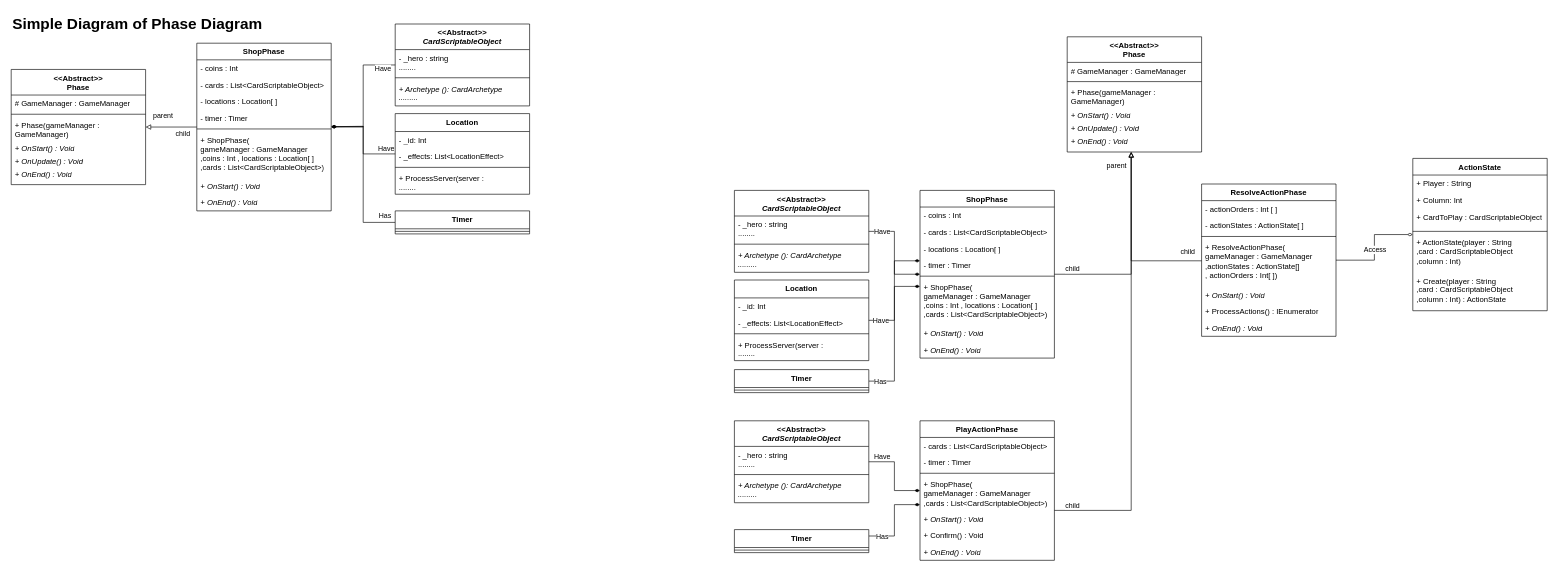
Before: page "Phase" (3 of 4) of GameUMLDiagram.drawio in JuenWeiHashcode/GameDocumentation, a draw.io diagram. Source tidied: cells renumbered, new cells numbered last; positions are measured from the earlier drawing's top-left corner, leaving out a move shared by most shapes. Both pictures are drawn from the tidied source at 64%, with x=0, y=0 at pixel (11, 11).
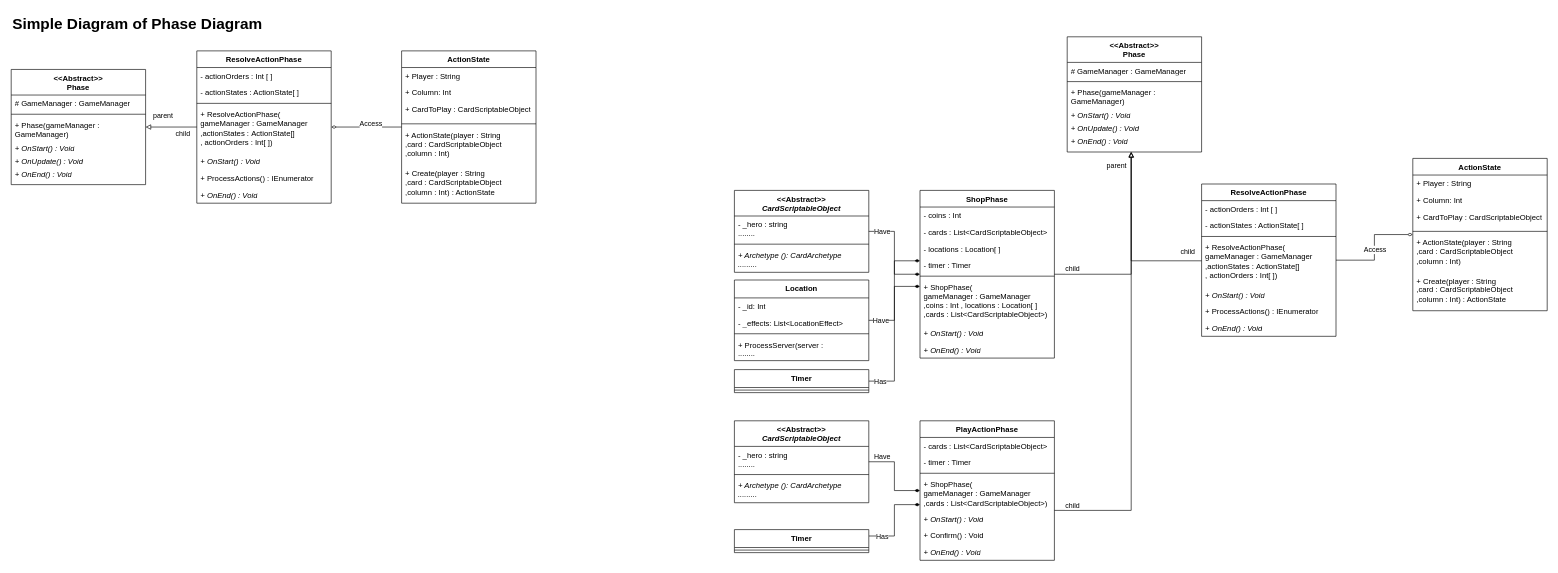
After the change.

Unchanged cells that the change refers to:
```xml
<mxCell id="77" value="&lt;div&gt;&amp;lt;&amp;lt;Abstract&amp;gt;&amp;gt;&lt;/div&gt;Phase" style="swimlane;fontStyle=1;align=center;verticalAlign=top;horizontal=1;startSize=40;whiteSpace=wrap;html=1;" parent="1" vertex="1">
  <mxGeometry y="91" width="210" height="180" as="geometry" />
</mxCell>
```

The edit, as a diff of the source:
```diff
@@
-    <mxCell id="84" value="ShopPhase" style="swimlane;fontStyle=1;align=center;verticalAlign=top;horizontal=1;startSize=26;whiteSpace=wrap;html=1;" parent="1" vertex="1">
-      <mxGeometry x="290" y="50" width="210" height="262" as="geometry" />
-    </mxCell>
-    <mxCell id="85" value="- coins : Int" style="text;strokeColor=none;fillColor=none;align=left;verticalAlign=top;spacingLeft=4;spacingRight=4;overflow=hidden;whiteSpace=wrap;html=1;" parent="84" vertex="1">
-      <mxGeometry y="26" width="210" height="26" as="geometry" />
-    </mxCell>
-    <mxCell id="86" value="- cards : List&amp;lt;CardScriptableObject&amp;gt;" style="text;strokeColor=none;fillColor=none;align=left;verticalAlign=top;spacingLeft=4;spacingRight=4;overflow=hidden;whiteSpace=wrap;html=1;" parent="84" vertex="1">
-      <mxGeometry y="52" width="210" height="26" as="geometry" />
-    </mxCell>
-    <mxCell id="87" value="- locations : Location[ ]" style="text;strokeColor=none;fillColor=none;align=left;verticalAlign=top;spacingLeft=4;spacingRight=4;overflow=hidden;whiteSpace=wrap;html=1;" parent="84" vertex="1">
-      <mxGeometry y="78" width="210" height="26" as="geometry" />
-    </mxCell>
-    <mxCell id="88" value="- timer : Timer" style="text;strokeColor=none;fillColor=none;align=left;verticalAlign=top;spacingLeft=4;spacingRight=4;overflow=hidden;whiteSpace=wrap;html=1;" parent="84" vertex="1">
-      <mxGeometry y="104" width="210" height="26" as="geometry" />
-    </mxCell>
-    <mxCell id="89" style="line;strokeWidth=1;fillColor=none;align=left;verticalAlign=middle;spacingTop=-1;spacingLeft=3;spacingRight=3;labelPosition=right;strokeColor=inherit;" parent="84" vertex="1">
-      <mxGeometry y="130" width="210" height="8" as="geometry" />
-    </mxCell>
-    <mxCell id="90" value="+ ShopPhase(&lt;div&gt;gameManager :&amp;nbsp;&lt;span style=&quot;background-color: initial;&quot;&gt;GameManager&lt;/span&gt;&lt;span style=&quot;background-color: initial;&quot;&gt;&amp;nbsp;&lt;/span&gt;&lt;/div&gt;&lt;div&gt;&lt;span style=&quot;background-color: initial;&quot;&gt;,coins : Int , locations :&amp;nbsp;&lt;/span&gt;&lt;span style=&quot;background-color: initial;&quot;&gt;Location[ ]&lt;/span&gt;&lt;span style=&quot;background-color: initial;&quot;&gt;&amp;nbsp;&lt;/span&gt;&lt;/div&gt;&lt;div&gt;&lt;span style=&quot;background-color: initial;&quot;&gt;,cards :&amp;nbsp;&lt;/span&gt;&lt;span style=&quot;background-color: initial;&quot;&gt;List&amp;lt;CardScriptableObject&amp;gt;)&lt;/span&gt;&lt;/div&gt;" style="text;strokeColor=none;fillColor=none;align=left;verticalAlign=top;spacingLeft=4;spacingRight=4;overflow=hidden;whiteSpace=wrap;html=1;" parent="84" vertex="1">
-      <mxGeometry y="138" width="210" height="72" as="geometry" />
-    </mxCell>
-    <mxCell id="91" value="+ OnStart() : Void" style="text;strokeColor=none;fillColor=none;align=left;verticalAlign=top;spacingLeft=4;spacingRight=4;overflow=hidden;whiteSpace=wrap;html=1;fontStyle=2;" parent="84" vertex="1">
-      <mxGeometry y="210" width="210" height="26" as="geometry" />
-    </mxCell>
-    <mxCell id="92" value="+ OnEnd() : Void" style="text;strokeColor=none;fillColor=none;align=left;verticalAlign=top;spacingLeft=4;spacingRight=4;overflow=hidden;whiteSpace=wrap;html=1;fontStyle=2;" parent="84" vertex="1">
-      <mxGeometry y="236" width="210" height="26" as="geometry" />
-    </mxCell>
-    <mxCell id="93" style="edgeStyle=orthogonalEdgeStyle;rounded=0;jettySize=auto;html=1;endArrow=diamondThin;endFill=1;" parent="1" edge="1" source="95" target="84">
-      <mxGeometry relative="1" as="geometry" />
-    </mxCell>
-    <mxCell id="94" value="Have" style="edgeLabel;html=1;align=center;verticalAlign=middle;" parent="93" vertex="1">
-      <mxGeometry x="-0.16" y="-2" relative="1" as="geometry">
-        <mxPoint x="32" y="-28" as="offset" />
-      </mxGeometry>
-    </mxCell>
-    <mxCell id="95" value="&amp;lt;&amp;lt;Abstract&amp;gt;&amp;gt;&lt;div&gt;&lt;i&gt;CardScriptableObject&lt;/i&gt;&lt;br&gt;&lt;/div&gt;" style="swimlane;fontStyle=1;align=center;verticalAlign=top;horizontal=1;startSize=40;whiteSpace=wrap;html=1;" parent="1" vertex="1">
-      <mxGeometry x="600" y="20" width="210" height="128" as="geometry" />
-    </mxCell>
-    <mxCell id="96" value="- _hero : string&lt;div&gt;........&lt;/div&gt;" style="text;strokeColor=none;fillColor=none;align=left;verticalAlign=top;spacingLeft=4;spacingRight=4;overflow=hidden;whiteSpace=wrap;html=1;" parent="95" vertex="1">
-      <mxGeometry y="40" width="210" height="40" as="geometry" />
-    </mxCell>
-    <mxCell id="97" style="line;strokeWidth=1;fillColor=none;align=left;verticalAlign=middle;spacingTop=-1;spacingLeft=3;spacingRight=3;labelPosition=right;strokeColor=inherit;" parent="95" vertex="1">
-      <mxGeometry y="80" width="210" height="8" as="geometry" />
-    </mxCell>
-    <mxCell id="98" value="&lt;i&gt;+ Archetype (): CardArchetype&lt;/i&gt;&lt;div&gt;&lt;i&gt;.........&lt;/i&gt;&lt;/div&gt;" style="text;strokeColor=none;fillColor=none;align=left;verticalAlign=top;spacingLeft=4;spacingRight=4;overflow=hidden;whiteSpace=wrap;html=1;" parent="95" vertex="1">
-      <mxGeometry y="88" width="210" height="40" as="geometry" />
-    </mxCell>
-    <mxCell id="99" style="rounded=0;jettySize=auto;html=1;endArrow=diamondThin;endFill=1;" parent="1" edge="1" source="101" target="84">
-      <mxGeometry relative="1" as="geometry">
-        <Array as="points">
-          <mxPoint x="550" y="223" />
-          <mxPoint x="550" y="180" />
-        </Array>
-      </mxGeometry>
-    </mxCell>
-    <mxCell id="100" value="Have" style="edgeLabel;html=1;align=center;verticalAlign=middle;" parent="99" vertex="1">
-      <mxGeometry x="-0.79" y="1" relative="1" as="geometry">
-        <mxPoint y="-10" as="offset" />
-      </mxGeometry>
-    </mxCell>
-    <mxCell id="101" value="&lt;div&gt;&lt;span style=&quot;background-color: initial;&quot;&gt;Location&lt;/span&gt;&lt;br&gt;&lt;/div&gt;" style="swimlane;fontStyle=1;align=center;verticalAlign=top;horizontal=1;startSize=28;whiteSpace=wrap;html=1;" parent="1" vertex="1">
-      <mxGeometry x="600" y="160" width="210" height="126" as="geometry" />
-    </mxCell>
-    <mxCell id="102" value="- _id: Int" style="text;strokeColor=none;fillColor=none;align=left;verticalAlign=top;spacingLeft=4;spacingRight=4;overflow=hidden;whiteSpace=wrap;html=1;" parent="101" vertex="1">
-      <mxGeometry y="28" width="210" height="26" as="geometry" />
-    </mxCell>
-    <mxCell id="103" value="- _effects: List&amp;lt;LocationEffect&amp;gt;" style="text;strokeColor=none;fillColor=none;align=left;verticalAlign=top;spacingLeft=4;spacingRight=4;overflow=hidden;whiteSpace=wrap;html=1;" parent="101" vertex="1">
-      <mxGeometry y="54" width="210" height="26" as="geometry" />
-    </mxCell>
-    <mxCell id="104" style="line;strokeWidth=1;fillColor=none;align=left;verticalAlign=middle;spacingTop=-1;spacingLeft=3;spacingRight=3;labelPosition=right;strokeColor=inherit;" parent="101" vertex="1">
-      <mxGeometry y="80" width="210" height="8" as="geometry" />
-    </mxCell>
-    <mxCell id="105" value="&lt;span&gt;+&amp;nbsp;ProcessServer(&lt;/span&gt;&lt;span style=&quot;background-color: initial;&quot;&gt;server :&amp;nbsp;&lt;/span&gt;&lt;div&gt;&lt;span style=&quot;background-color: initial;&quot;&gt;........&lt;/span&gt;&lt;/div&gt;" style="text;strokeColor=none;fillColor=none;align=left;verticalAlign=top;spacingLeft=4;spacingRight=4;overflow=hidden;whiteSpace=wrap;html=1;fontStyle=0;" parent="101" vertex="1">
-      <mxGeometry y="88" width="210" height="38" as="geometry" />
-    </mxCell>
-    <mxCell id="106" style="rounded=0;jettySize=auto;html=1;endArrow=diamondThin;endFill=1;" parent="1" edge="1" source="108" target="84">
-      <mxGeometry relative="1" as="geometry">
-        <Array as="points">
-          <mxPoint x="550" y="330" />
-          <mxPoint x="550" y="180" />
-        </Array>
-      </mxGeometry>
-    </mxCell>
-    <mxCell id="107" value="Has" style="edgeLabel;html=1;align=center;verticalAlign=middle;" parent="106" vertex="1">
-      <mxGeometry x="-0.85" y="3" relative="1" as="geometry">
-        <mxPoint x="2" y="-15" as="offset" />
-      </mxGeometry>
-    </mxCell>
-    <mxCell id="108" value="&lt;div&gt;&lt;span style=&quot;background-color: initial;&quot;&gt;Timer&lt;/span&gt;&lt;br&gt;&lt;/div&gt;" style="swimlane;fontStyle=1;align=center;verticalAlign=top;horizontal=1;startSize=28;whiteSpace=wrap;html=1;" parent="1" vertex="1">
-      <mxGeometry x="600" y="312" width="210" height="36" as="geometry" />
-    </mxCell>
-    <mxCell id="109" style="line;strokeWidth=1;fillColor=none;align=left;verticalAlign=middle;spacingTop=-1;spacingLeft=3;spacingRight=3;labelPosition=right;strokeColor=inherit;" parent="108" vertex="1">
-      <mxGeometry y="28" width="210" height="8" as="geometry" />
-    </mxCell>
-    <mxCell id="110" style="endArrow=none;html=1;rounded=0;startArrow=block;startFill=0;" parent="1" edge="1" source="77" target="84">
+    <mxCell id="110" style="endArrow=none;html=1;rounded=0;startArrow=block;startFill=0;" parent="1" edge="1" source="77" target="116">
       <mxGeometry relative="1" as="geometry" />
     </mxCell>
@@
+    <mxCell id="114" style="edgeStyle=orthogonalEdgeStyle;rounded=0;jettySize=auto;html=1;endArrow=diamondThin;endFill=0;" parent="1" edge="1" source="122" target="116">
+      <mxGeometry relative="1" as="geometry" />
+    </mxCell>
+    <mxCell id="115" value="Access" style="edgeLabel;html=1;align=center;verticalAlign=middle;" parent="114" vertex="1">
+      <mxGeometry x="-0.11" relative="1" as="geometry">
+        <mxPoint y="-6" as="offset" />
+      </mxGeometry>
+    </mxCell>
+    <mxCell id="116" value="ResolveActionPhase" style="swimlane;fontStyle=1;align=center;verticalAlign=top;horizontal=1;startSize=26;whiteSpace=wrap;html=1;" parent="1" vertex="1">
+      <mxGeometry x="290" y="62" width="210" height="238" as="geometry" />
+    </mxCell>
+    <mxCell id="117" value="- actionOrders : Int [ ]" style="text;strokeColor=none;fillColor=none;align=left;verticalAlign=top;spacingLeft=4;spacingRight=4;overflow=hidden;whiteSpace=wrap;html=1;" parent="116" vertex="1">
+      <mxGeometry y="26" width="210" height="26" as="geometry" />
+    </mxCell>
+    <mxCell id="118" value="- actionStates : ActionState[ ]" style="text;strokeColor=none;fillColor=none;align=left;verticalAlign=top;spacingLeft=4;spacingRight=4;overflow=hidden;whiteSpace=wrap;html=1;" parent="116" vertex="1">
+      <mxGeometry y="52" width="210" height="26" as="geometry" />
+    </mxCell>
+    <mxCell id="119" style="line;strokeWidth=1;fillColor=none;align=left;verticalAlign=middle;spacingTop=-1;spacingLeft=3;spacingRight=3;labelPosition=right;strokeColor=inherit;" parent="116" vertex="1">
+      <mxGeometry y="78" width="210" height="8" as="geometry" />
+    </mxCell>
+    <mxCell id="120" value="+ ResolveActionPhase(&lt;div&gt;gameManager :&amp;nbsp;&lt;span style=&quot;background-color: initial;&quot;&gt;GameManager&lt;/span&gt;&lt;span style=&quot;background-color: initial;&quot;&gt;&amp;nbsp;&lt;/span&gt;&lt;span style=&quot;background-color: initial;&quot;&gt;&amp;nbsp;&lt;/span&gt;&lt;/div&gt;&lt;div&gt;&lt;span style=&quot;background-color: initial;&quot;&gt;,&lt;/span&gt;&lt;span style=&quot;background-color: initial;&quot;&gt;actionStates :&amp;nbsp;&lt;/span&gt;&lt;span style=&quot;background-color: initial;&quot;&gt;ActionState[]&lt;/span&gt;&lt;span style=&quot;background-color: initial;&quot;&gt;&amp;nbsp;&lt;/span&gt;&lt;/div&gt;&lt;div&gt;&lt;span style=&quot;background-color: initial;&quot;&gt;, actionOrders : I&lt;/span&gt;&lt;span style=&quot;background-color: initial;&quot;&gt;nt[ ]&lt;/span&gt;&lt;span style=&quot;background-color: initial;&quot;&gt;)&lt;/span&gt;&lt;/div&gt;" style="text;strokeColor=none;fillColor=none;align=left;verticalAlign=top;spacingLeft=4;spacingRight=4;overflow=hidden;whiteSpace=wrap;html=1;" parent="116" vertex="1">
+      <mxGeometry y="86" width="210" height="74" as="geometry" />
+    </mxCell>
+    <mxCell id="91" value="+ OnStart() : Void" style="text;strokeColor=none;fillColor=none;align=left;verticalAlign=top;spacingLeft=4;spacingRight=4;overflow=hidden;whiteSpace=wrap;html=1;fontStyle=2;" parent="116" vertex="1">
+      <mxGeometry y="160" width="210" height="26" as="geometry" />
+    </mxCell>
+    <mxCell id="121" value="+ ProcessActions() : IEnumerator" style="text;strokeColor=none;fillColor=none;align=left;verticalAlign=top;spacingLeft=4;spacingRight=4;overflow=hidden;whiteSpace=wrap;html=1;" parent="116" vertex="1">
+      <mxGeometry y="186" width="210" height="26" as="geometry" />
+    </mxCell>
+    <mxCell id="92" value="+ OnEnd() : Void" style="text;strokeColor=none;fillColor=none;align=left;verticalAlign=top;spacingLeft=4;spacingRight=4;overflow=hidden;whiteSpace=wrap;html=1;fontStyle=2;" parent="116" vertex="1">
+      <mxGeometry y="212" width="210" height="26" as="geometry" />
+    </mxCell>
+    <mxCell id="122" value="ActionState" style="swimlane;fontStyle=1;align=center;verticalAlign=top;horizontal=1;startSize=26;whiteSpace=wrap;html=1;" parent="1" vertex="1">
+      <mxGeometry x="610" y="62" width="210" height="238" as="geometry" />
+    </mxCell>
+    <mxCell id="123" value="+ Player : String" style="text;strokeColor=none;fillColor=none;align=left;verticalAlign=top;spacingLeft=4;spacingRight=4;overflow=hidden;whiteSpace=wrap;html=1;" parent="122" vertex="1">
+      <mxGeometry y="26" width="210" height="26" as="geometry" />
+    </mxCell>
+    <mxCell id="124" value="+ Column: Int" style="text;strokeColor=none;fillColor=none;align=left;verticalAlign=top;spacingLeft=4;spacingRight=4;overflow=hidden;whiteSpace=wrap;html=1;" parent="122" vertex="1">
+      <mxGeometry y="52" width="210" height="26" as="geometry" />
+    </mxCell>
+    <mxCell id="125" value="+ CardToPlay : CardScriptableObject" style="text;strokeColor=none;fillColor=none;align=left;verticalAlign=top;spacingLeft=4;spacingRight=4;overflow=hidden;whiteSpace=wrap;html=1;" parent="122" vertex="1">
+      <mxGeometry y="78" width="210" height="32" as="geometry" />
+    </mxCell>
+    <mxCell id="126" style="line;strokeWidth=1;fillColor=none;align=left;verticalAlign=middle;spacingTop=-1;spacingLeft=3;spacingRight=3;labelPosition=right;strokeColor=inherit;" parent="122" vertex="1">
+      <mxGeometry y="110" width="210" height="8" as="geometry" />
+    </mxCell>
+    <mxCell id="127" value="+ ActionState(player : String&amp;nbsp;&lt;div&gt;,card : CardScriptableObject&amp;nbsp;&lt;div&gt;,column : Int)&lt;/div&gt;&lt;/div&gt;" style="text;strokeColor=none;fillColor=none;align=left;verticalAlign=top;spacingLeft=4;spacingRight=4;overflow=hidden;whiteSpace=wrap;html=1;" parent="122" vertex="1">
+      <mxGeometry y="118" width="210" height="60" as="geometry" />
+    </mxCell>
+    <mxCell id="128" value="+ Create(player : String&amp;nbsp;&lt;div&gt;,card : CardScriptableObject&lt;/div&gt;&lt;div&gt;,column : Int) : ActionState&lt;/div&gt;" style="text;strokeColor=none;fillColor=none;align=left;verticalAlign=top;spacingLeft=4;spacingRight=4;overflow=hidden;whiteSpace=wrap;html=1;" parent="122" vertex="1">
+      <mxGeometry y="178" width="210" height="60" as="geometry" />
+    </mxCell>
```
